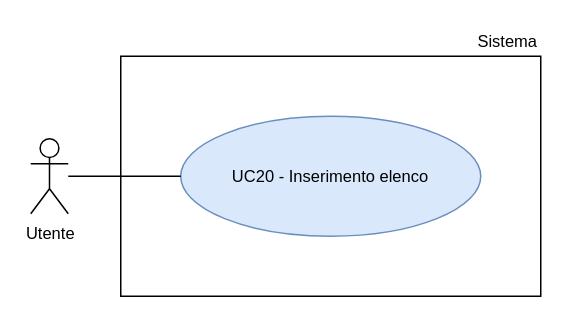
Above: RTB/doc_esterna/analisi-dei-requisiti/assets/draw.io/UC20.drawio in thebitless-group-swe/thebitless.github.io (draw.io), before the change. Source tidied: cells renumbered, new cells numbered last; positions are measured from the earlier drawing's top-left corner, leaving out a move shared by most shapes. Both pictures are drawn from the tidied source at 150%, with x=0, y=0 at pixel (30, 26).
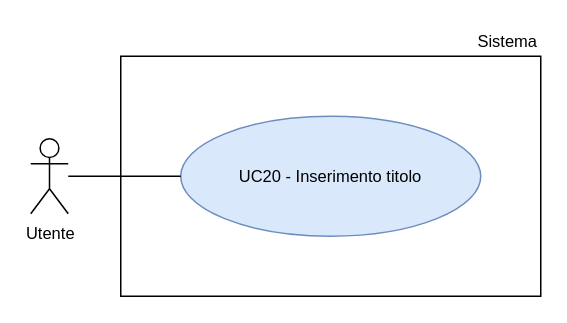
The same page after the edit.

What changed in the source:
```diff
@@
 <mxGraphModel>
   <root>
     <mxCell id="0" />
     <mxCell id="1" parent="0" />
     <mxCell id="2" value="Utente" style="shape=umlActor;verticalLabelPosition=bottom;verticalAlign=top;html=1;outlineConnect=0;fontSize=11;" parent="1" vertex="1">
       <mxGeometry y="75" width="25" height="50" as="geometry" />
     </mxCell>
     <mxCell id="3" style="rounded=0;whiteSpace=wrap;html=1;strokeWidth=1;" parent="1" vertex="1">
       <mxGeometry x="60" y="20" width="280" height="160" as="geometry" />
     </mxCell>
     <mxCell id="4" value="Sistema" style="text;html=1;whiteSpace=wrap;strokeColor=none;fillColor=none;align=right;verticalAlign=middle;fontSize=11;" parent="1" vertex="1">
       <mxGeometry x="270" width="70" height="20" as="geometry" />
     </mxCell>
-    <mxCell id="5" value="UC20 - Inserimento elenco" style="ellipse;whiteSpace=wrap;html=1;fillColor=#dae8fc;strokeColor=#6c8ebf;fontSize=11;" parent="1" vertex="1">
+    <mxCell id="5" value="UC20 - Inserimento titolo" style="ellipse;whiteSpace=wrap;html=1;fillColor=#dae8fc;strokeColor=#6c8ebf;fontSize=11;" parent="1" vertex="1">
       <mxGeometry x="100" y="60" width="200" height="80" as="geometry" />
     </mxCell>
     <mxCell id="6" style="edgeStyle=none;rounded=0;jettySize=auto;html=1;endArrow=none;endFill=0;" parent="1" edge="1" source="2" target="5">
       <mxGeometry relative="1" as="geometry" />
     </mxCell>
   </root>
 </mxGraphModel>
```
